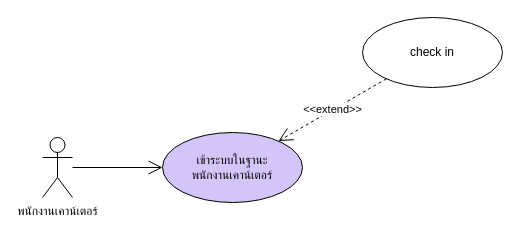
The draw.io diagram page "System use case" (2 of 3) of draw_io/SE_หน่อย_63.drawio in sut63/team18, before the edit. Source tidied: cells renumbered, new cells numbered last; positions are measured from the earlier drawing's top-left corner, leaving out a move shared by most shapes. Both pictures are drawn from the tidied source at 100%, with x=0, y=0 at pixel (42, 17).
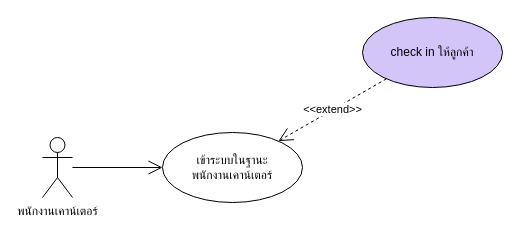
Above is the later version.

What changed in the source:
```diff
@@
 <mxGraphModel>
   <root>
     <mxCell id="0" />
     <mxCell id="1" parent="0" />
     <mxCell id="2" value="พนักงานเคาน์เตอร์" style="shape=umlActor;verticalLabelPosition=bottom;verticalAlign=top;html=1;outlineConnect=0;" parent="1" vertex="1">
       <mxGeometry y="120" width="30" height="60" as="geometry" />
     </mxCell>
-    <mxCell id="3" value="เข้าระบบในฐานะ&lt;br&gt;พนักงานเคาน์เตอร์" style="ellipse;whiteSpace=wrap;html=1;fillColor=#d4c5f9;" parent="1" vertex="1">
+    <mxCell id="3" value="เข้าระบบในฐานะ&lt;br&gt;พนักงานเคาน์เตอร์" style="ellipse;whiteSpace=wrap;html=1;" parent="1" vertex="1">
       <mxGeometry x="120" y="115" width="140" height="70" as="geometry" />
     </mxCell>
     <mxCell id="4" style="endArrow=open;endFill=1;endSize=12;html=1;" parent="1" edge="1" source="2" target="3">
       <mxGeometry relative="1" as="geometry" />
     </mxCell>
-    <mxCell id="5" value="check in" style="ellipse;whiteSpace=wrap;html=1;" parent="1" vertex="1">
+    <mxCell id="5" value="check in ให้ลูกค้า" style="ellipse;whiteSpace=wrap;html=1;fillColor=#d4c5f9;" parent="1" vertex="1">
       <mxGeometry x="320" width="140" height="70" as="geometry" />
     </mxCell>
     <mxCell id="6" value="&amp;lt;&amp;lt;extend&amp;gt;&amp;gt;" style="endArrow=open;endSize=12;dashed=1;html=1;" parent="1" edge="1" source="5" target="3">
       <mxGeometry relative="1" as="geometry" />
     </mxCell>
   </root>
 </mxGraphModel>
```
